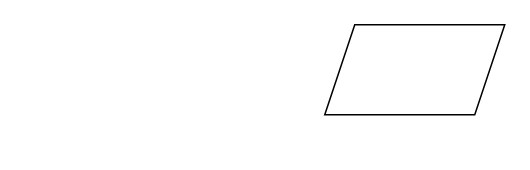
The draw.io diagram wiki/x.drawio in troyman1289/ShoppingList, before the edit. Source tidied: cells renumbered, new cells numbered last; positions are measured from the earlier drawing's top-left corner, leaving out a move shared by most shapes. Both pictures are drawn from the tidied source at 150%, with x=0, y=0 at pixel (324, 24).
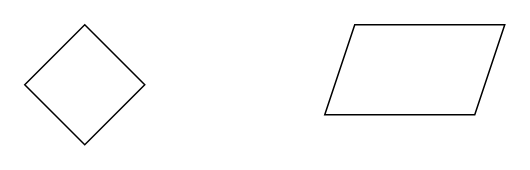
Above is the later version.

What changed in the source:
```diff
@@
 <mxGraphModel>
   <root>
     <mxCell id="0" />
     <mxCell id="1" parent="0" />
     <mxCell id="2" style="shape=parallelogram;perimeter=parallelogramPerimeter;whiteSpace=wrap;html=1;fixedSize=1;" parent="1" vertex="1">
       <mxGeometry width="120" height="60" as="geometry" />
     </mxCell>
+    <mxCell id="3" style="rhombus;whiteSpace=wrap;html=1;" parent="1" vertex="1">
+      <mxGeometry x="-200" width="80" height="80" as="geometry" />
+    </mxCell>
   </root>
 </mxGraphModel>
```
